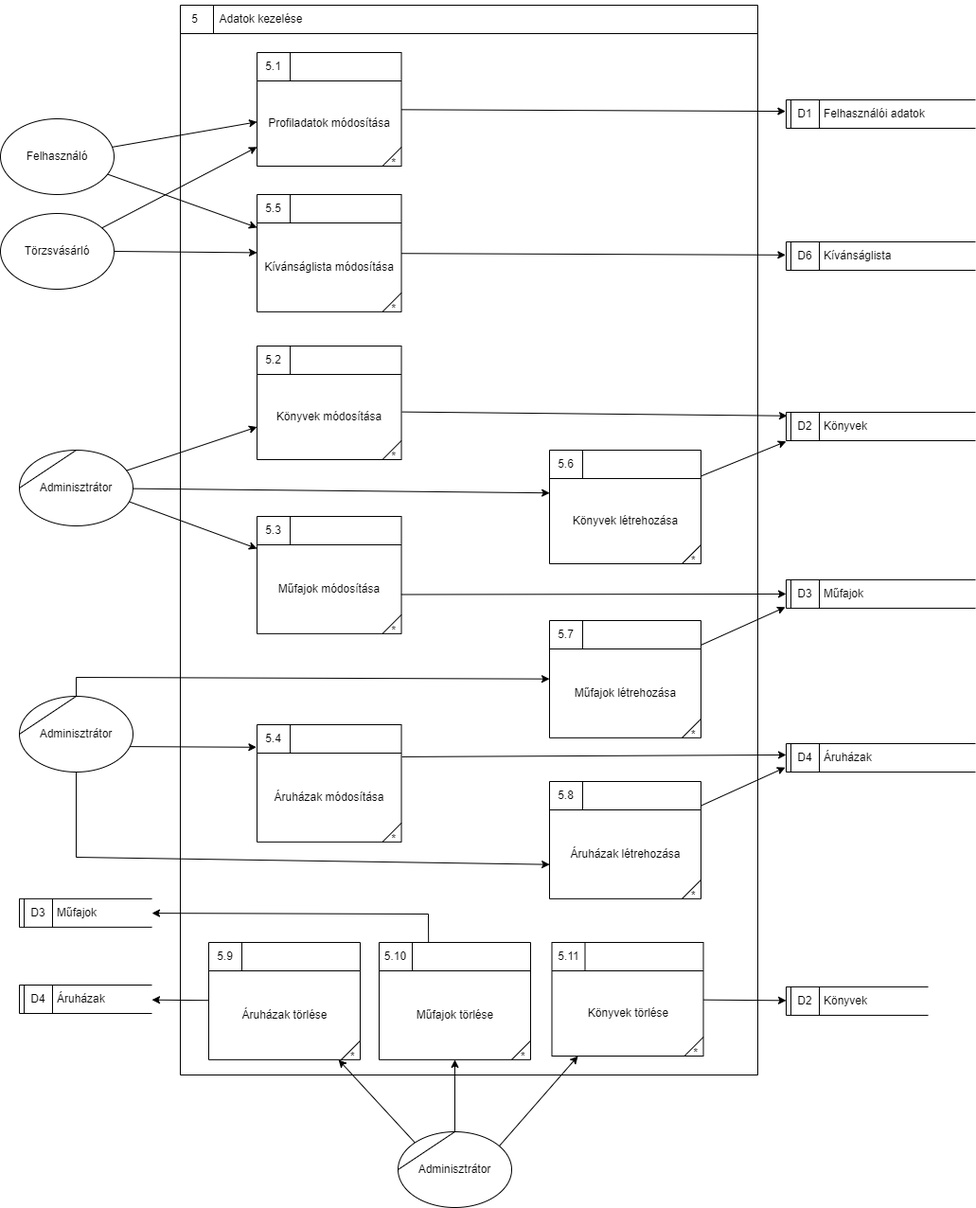
Before: docs/dfd/dfd_layer_2_modify_data/dfd_layer_2_modify_data.png, a diagram exported from draw.io (a-bakk/bookstore-oracle). Source tidied: cells renumbered, new cells last; positions are measured from the earlier drawing's top-left corner, leaving out a move shared by most shapes.
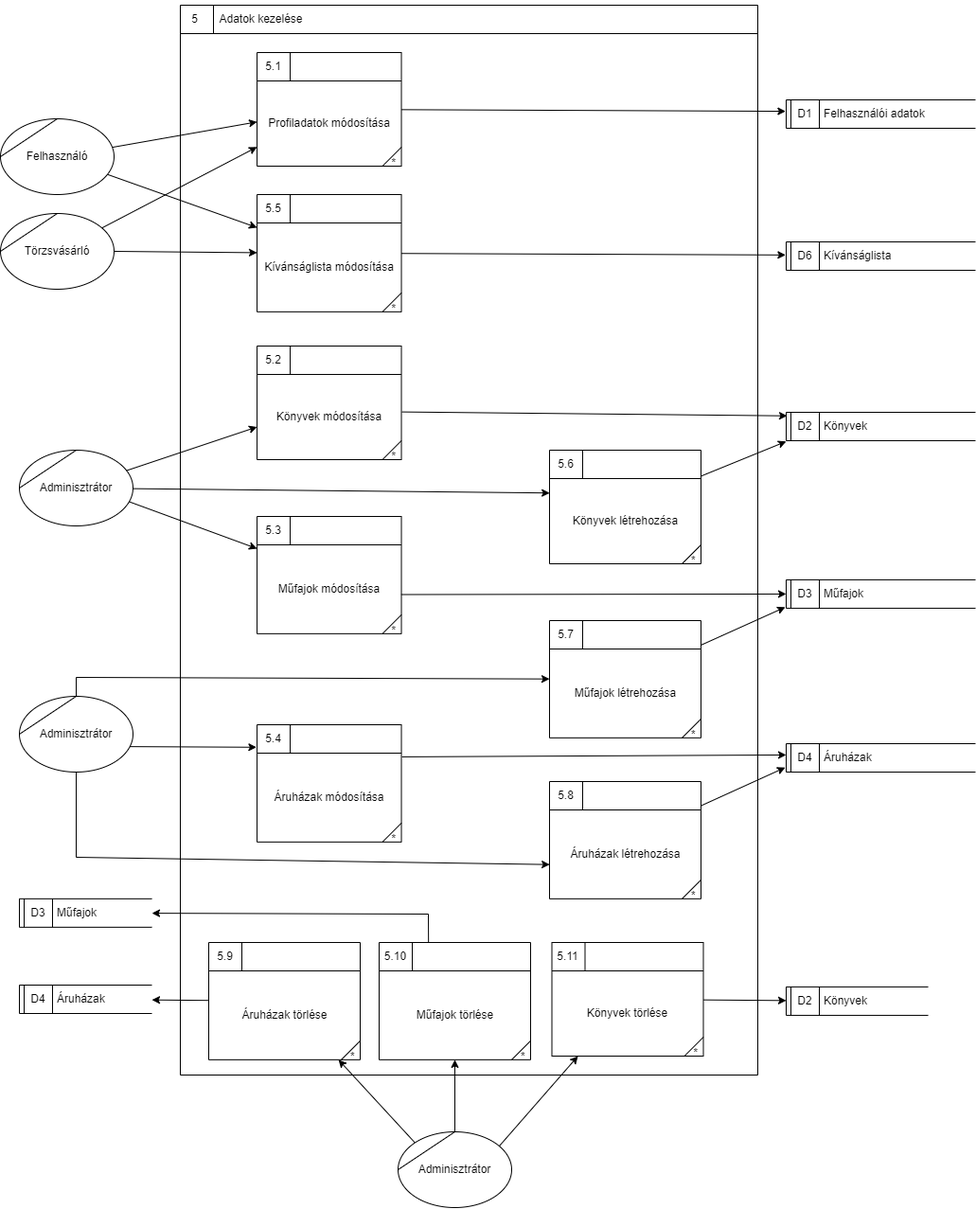
The same diagram one commit later.

The edit, as a diff of the source:
```diff
@@ -217,12 +217,6 @@
     <mxCell id="70" style="endArrow=classic;html=1;rounded=0;verticalAlign=bottom;exitX=0.893;exitY=0.185;exitDx=0;exitDy=0;exitPerimeter=0;" parent="1" edge="1" source="67" target="20">
       <mxGeometry relative="1" as="geometry" />
     </mxCell>
-    <mxCell id="71" value="Felhasználó" style="ellipse;whiteSpace=wrap;html=1;" parent="1" vertex="1">
-      <mxGeometry y="125" width="120" height="80" as="geometry" />
-    </mxCell>
-    <mxCell id="72" value="Törzsvásárló" style="ellipse;whiteSpace=wrap;html=1;" parent="1" vertex="1">
-      <mxGeometry y="225" width="120" height="80" as="geometry" />
-    </mxCell>
     <mxCell id="73" style="endArrow=classic;html=1;rounded=0;verticalAlign=bottom;" parent="1" edge="1" source="71" target="3">
       <mxGeometry relative="1" as="geometry" />
     </mxCell>
@@ -267,5 +261,26 @@
         </Array>
       </mxGeometry>
     </mxCell>
+    <mxCell id="85" style="group;" parent="1" vertex="1">
+      <mxGeometry y="225" width="120" height="80" as="geometry" />
+    </mxCell>
+    <mxCell id="72" value="Törzsvásárló" style="ellipse;whiteSpace=wrap;html=1;" parent="85" vertex="1">
+      <mxGeometry width="120" height="80" as="geometry" />
+    </mxCell>
+    <mxCell id="86" style="endArrow=none;html=1;rounded=0;exitX=0;exitY=0.5;exitDx=0;exitDy=0;entryX=0.5;entryY=0;entryDx=0;entryDy=0;" parent="85" edge="1" source="72" target="72">
+      <mxGeometry relative="1" as="geometry" />
+    </mxCell>
+    <mxCell id="87" style="group;" parent="1" vertex="1">
+      <mxGeometry y="125" width="120" height="80" as="geometry" />
+    </mxCell>
+    <mxCell id="71" value="Felhasználó" style="ellipse;whiteSpace=wrap;html=1;" parent="87" vertex="1">
+      <mxGeometry width="120" height="80" as="geometry" />
+    </mxCell>
+    <mxCell id="88" style="endArrow=none;html=1;rounded=0;exitX=0;exitY=0.5;exitDx=0;exitDy=0;entryX=0.5;entryY=0;entryDx=0;entryDy=0;" parent="87" edge="1">
+      <mxGeometry relative="1" as="geometry">
+        <mxPoint y="40" as="sourcePoint" />
+        <mxPoint x="60" as="targetPoint" />
+      </mxGeometry>
+    </mxCell>
   </root>
 </mxGraphModel>
```
